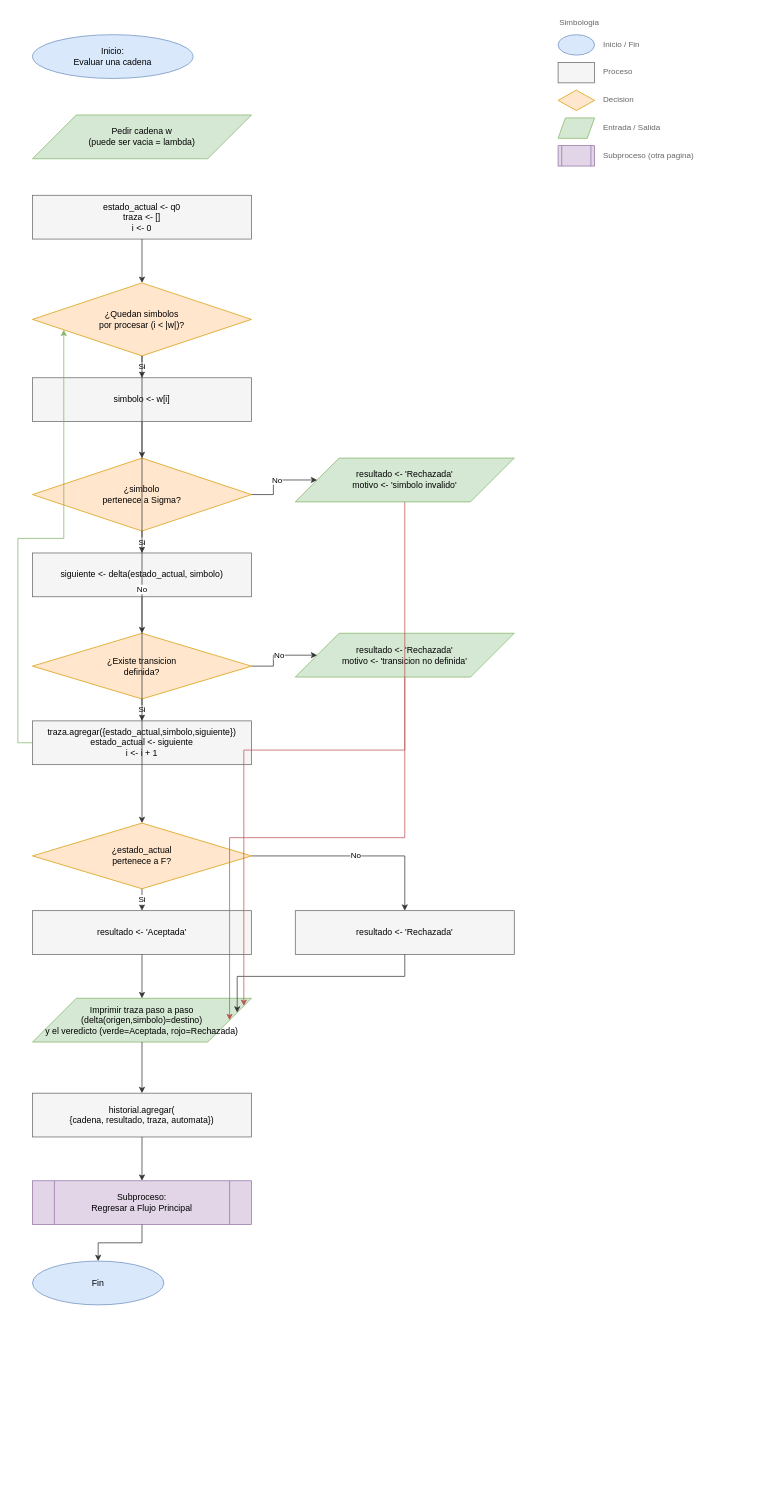
Above: Proyecto 2/Documentacion/diagramas/10_Evaluar_una_cadena.drawio in rodruiz03/Proyecto_LFA (draw.io), before the change. Source tidied: cells renumbered, new cells numbered last; positions are measured from the earlier drawing's top-left corner, leaving out a move shared by most shapes. Both pictures are drawn from the tidied source at 73%, with x=0, y=0 at pixel (32, 12).
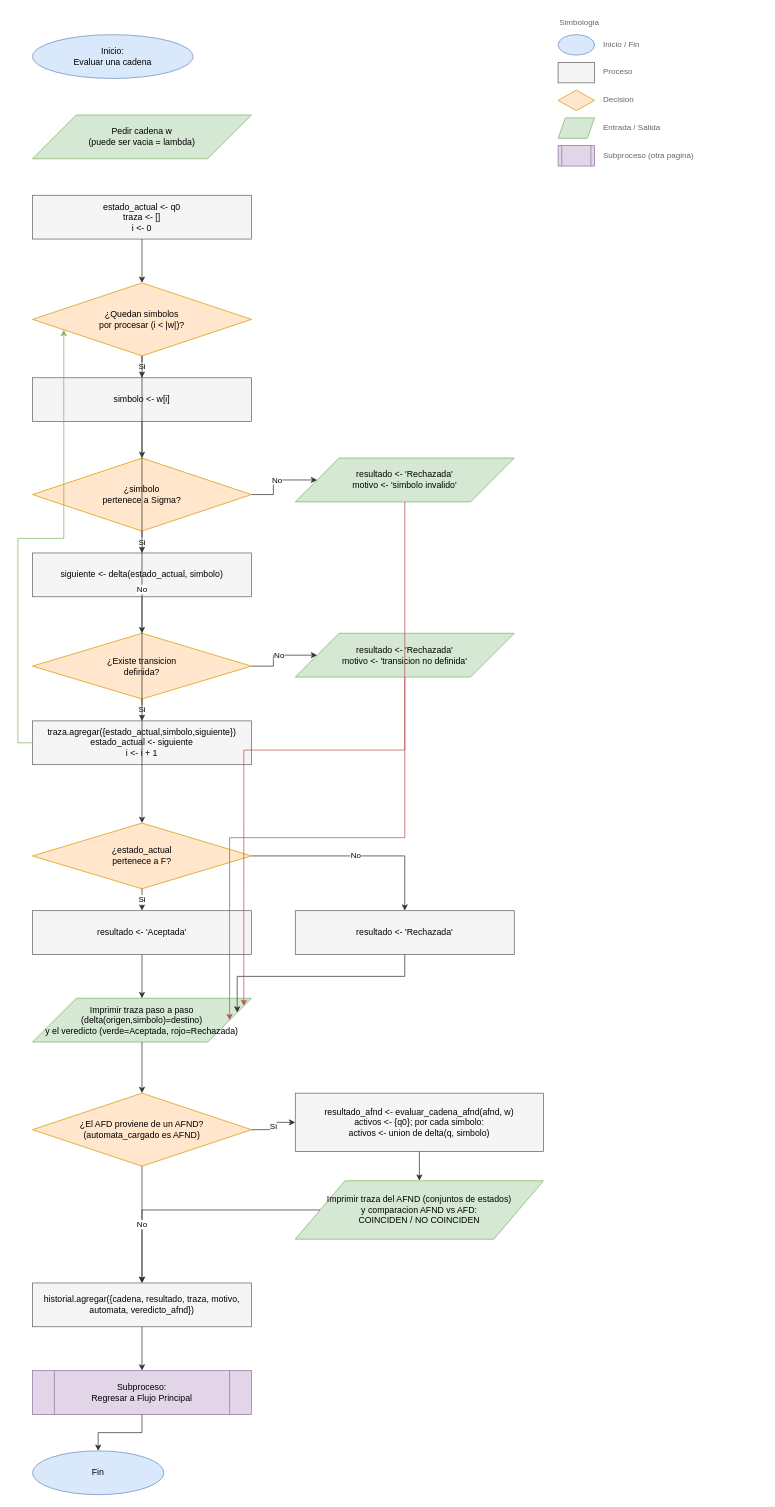
After the change.

Unchanged cells that the change refers to:
```xml
<mxCell id="28" value="Imprimir traza paso a paso&#10;(delta(origen,simbolo)=destino)&#10;y el veredicto (verde=Aceptada, rojo=Rechazada)" style="shape=parallelogram;perimeter=parallelogramPerimeter;whiteSpace=wrap;html=1;fillColor=#d5e8d4;strokeColor=#82b366;fontSize=12;align=center;" parent="1" vertex="1">
  <mxGeometry y="1350" width="300" height="60" as="geometry" />
</mxCell>
```

Diff of the diagram source:
```diff
@@
-    <mxCell id="33" value="historial.agregar(&#10;{cadena, resultado, traza, automata})" style="rounded=0;whiteSpace=wrap;html=1;fillColor=#f5f5f5;strokeColor=#666666;fontSize=12;align=center;" parent="1" vertex="1">
-      <mxGeometry y="1480" width="300" height="60" as="geometry" />
+    <mxCell id="33" value="historial.agregar({cadena, resultado, traza, motivo,&#10;automata, veredicto_afnd})" style="rounded=0;whiteSpace=wrap;html=1;fillColor=#f5f5f5;strokeColor=#666666;fontSize=12;align=center;" parent="1" vertex="1">
+      <mxGeometry y="1740" width="300" height="60" as="geometry" />
     </mxCell>
-    <mxCell id="34" style="edgeStyle=orthogonalEdgeStyle;rounded=0;html=1;jettySize=auto;strokeColor=#333333;fontSize=11;" parent="1" edge="1" source="28" target="33">
+    <mxCell id="34" style="edgeStyle=orthogonalEdgeStyle;rounded=0;html=1;jettySize=auto;strokeColor=#333333;fontSize=11;" parent="1" edge="1" source="28" target="50">
       <mxGeometry relative="1" as="geometry" />
     </mxCell>
     <mxCell id="35" value="Subproceso:&#10;Regresar a Flujo Principal" style="shape=process;whiteSpace=wrap;html=1;fillColor=#e1d5e7;strokeColor=#9673a6;fontSize=12;align=center;" parent="1" vertex="1">
-      <mxGeometry y="1600" width="300" height="60" as="geometry" />
+      <mxGeometry y="1860" width="300" height="60" as="geometry" />
     </mxCell>
@@
     <mxCell id="37" value="Fin" style="ellipse;whiteSpace=wrap;html=1;fillColor=#dae8fc;strokeColor=#6c8ebf;fontSize=12;" parent="1" vertex="1">
-      <mxGeometry y="1710" width="180" height="60" as="geometry" />
+      <mxGeometry y="1970" width="180" height="60" as="geometry" />
     </mxCell>
@@
+    <mxCell id="50" value="¿El AFD proviene de un AFND?&#10;(automata_cargado es AFND)" style="rhombus;whiteSpace=wrap;html=1;fillColor=#ffe6cc;strokeColor=#d79b00;fontSize=12;align=center;" parent="1" vertex="1">
+      <mxGeometry y="1480" width="300" height="100" as="geometry" />
+    </mxCell>
+    <mxCell id="51" value="resultado_afnd &lt;- evaluar_cadena_afnd(afnd, w)&#10;activos &lt;- {q0}; por cada simbolo:&#10;activos &lt;- union de delta(q, simbolo)" style="rounded=0;whiteSpace=wrap;html=1;fillColor=#f5f5f5;strokeColor=#666666;fontSize=12;align=center;" parent="1" vertex="1">
+      <mxGeometry x="360" y="1480" width="340" height="80" as="geometry" />
+    </mxCell>
+    <mxCell id="52" value="Imprimir traza del AFND (conjuntos de estados)&#10;y comparacion AFND vs AFD:&#10;COINCIDEN / NO COINCIDEN" style="shape=parallelogram;perimeter=parallelogramPerimeter;whiteSpace=wrap;html=1;fillColor=#d5e8d4;strokeColor=#82b366;fontSize=12;align=center;" parent="1" vertex="1">
+      <mxGeometry x="360" y="1600" width="340" height="80" as="geometry" />
+    </mxCell>
+    <mxCell id="53" value="Si" style="edgeStyle=orthogonalEdgeStyle;rounded=0;html=1;jettySize=auto;strokeColor=#333333;fontSize=11;" parent="1" edge="1" source="50" target="51">
+      <mxGeometry relative="1" as="geometry" />
+    </mxCell>
+    <mxCell id="54" style="edgeStyle=orthogonalEdgeStyle;rounded=0;html=1;jettySize=auto;strokeColor=#333333;fontSize=11;" parent="1" edge="1" source="51" target="52">
+      <mxGeometry relative="1" as="geometry" />
+    </mxCell>
+    <mxCell id="55" style="edgeStyle=orthogonalEdgeStyle;rounded=0;html=1;jettySize=auto;strokeColor=#333333;fontSize=11;" parent="1" edge="1" source="52" target="33">
+      <mxGeometry relative="1" as="geometry" />
+    </mxCell>
+    <mxCell id="56" value="No" style="edgeStyle=orthogonalEdgeStyle;rounded=0;html=1;jettySize=auto;strokeColor=#333333;fontSize=11;" parent="1" edge="1" source="50" target="33">
+      <mxGeometry relative="1" as="geometry" />
+    </mxCell>
```
